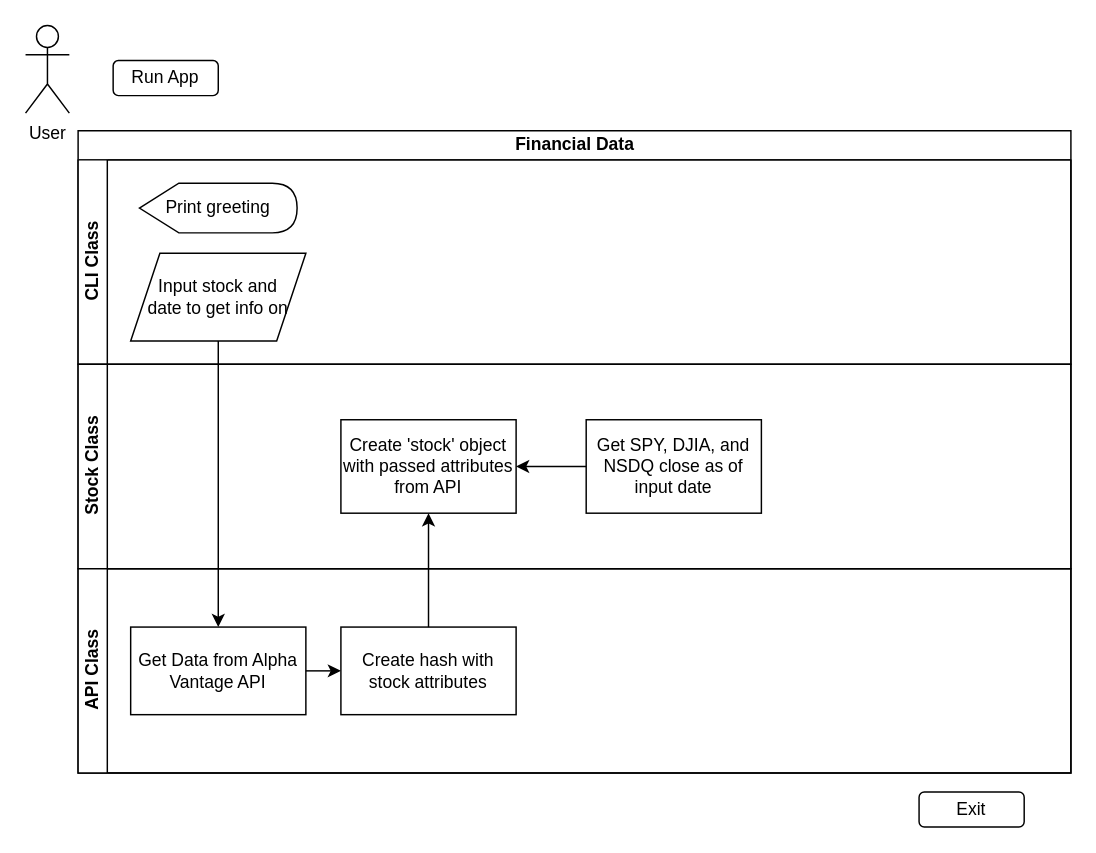
Before: get_stock.drawio in sergiocardenasg/financial_data_gem, a draw.io diagram. Source tidied: cells renumbered, new cells numbered last; positions are measured from the earlier drawing's top-left corner, leaving out a move shared by most shapes. Both pictures are drawn from the tidied source at 146%, with x=0, y=0 at pixel (25, 25).
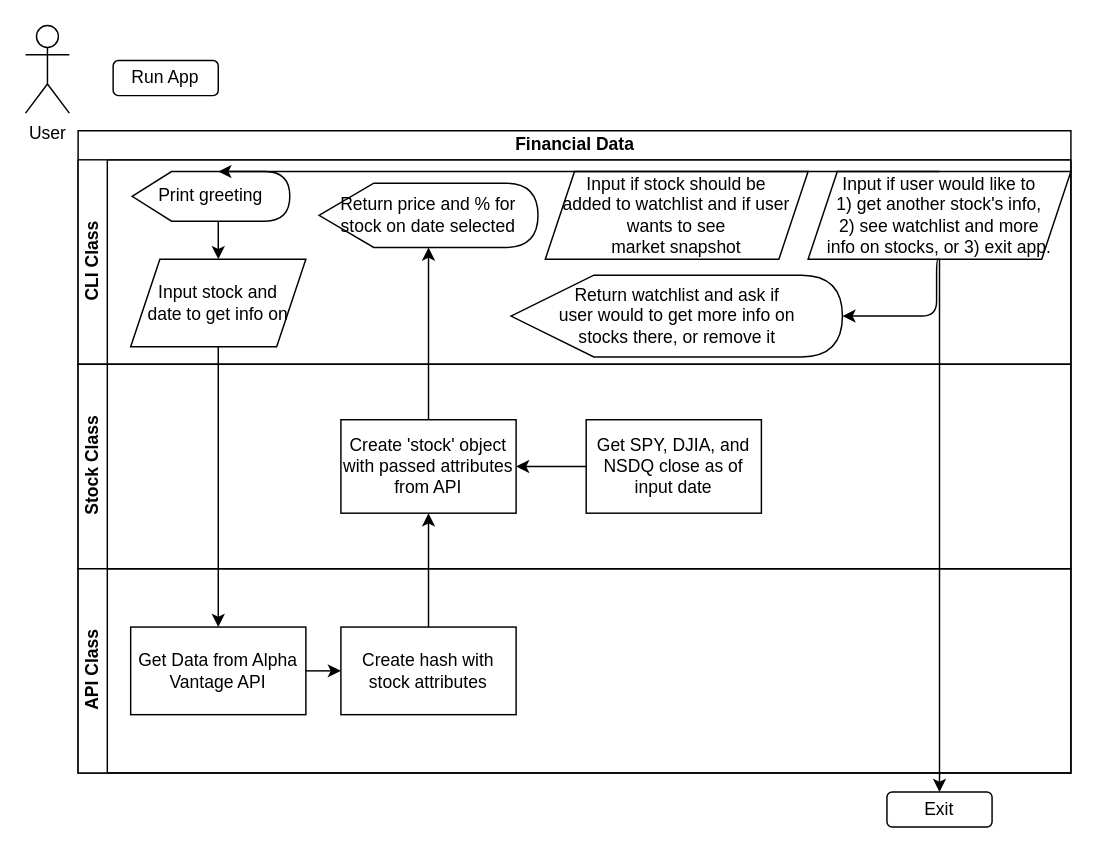
The same diagram, later.

Unchanged cells that the change refers to:
```xml
<mxCell id="6" value="Financial Data" style="swimlane;html=1;horizontal=1;startSize=20;" parent="1" vertex="1">
  <mxGeometry x="36" y="72" width="680" height="440" as="geometry" />
</mxCell>
<mxCell id="7" value="CLI Class" style="swimlane;html=1;startSize=20;horizontal=0;" parent="6" vertex="1">
  <mxGeometry y="20" width="680" height="140" as="geometry" />
</mxCell>
<mxCell id="10" value="Stock Class" style="swimlane;html=1;startSize=20;horizontal=0;" parent="6" vertex="1">
  <mxGeometry y="160" width="680" height="140" as="geometry" />
</mxCell>
```

Change to the diagram source:
```diff
@@
+    <mxCell id="22" value="Input if user would like to &lt;br&gt;1) get another stock's info, &lt;br&gt;2) see watchlist and more &lt;br&gt;info on stocks, or 3) exit app." style="shape=parallelogram;perimeter=parallelogramPerimeter;whiteSpace=wrap;html=1;fixedSize=1;" parent="7" vertex="1">
+      <mxGeometry x="500" y="8" width="180" height="60" as="geometry" />
+    </mxCell>
+    <mxCell id="23" value="Input if stock should be &lt;br&gt;added to watchlist and if user &lt;br&gt;wants to see &lt;br&gt;market snapshot" style="shape=parallelogram;perimeter=parallelogramPerimeter;whiteSpace=wrap;html=1;fixedSize=1;" parent="7" vertex="1">
+      <mxGeometry x="320" y="8" width="180" height="60" as="geometry" />
+    </mxCell>
+    <mxCell id="24" value="Return price and % for stock on date selected" style="shape=display;whiteSpace=wrap;html=1;" parent="7" vertex="1">
+      <mxGeometry x="165" y="16" width="150" height="44" as="geometry" />
+    </mxCell>
     <mxCell id="8" value="Print greeting" style="shape=display;whiteSpace=wrap;html=1;" parent="7" vertex="1">
-      <mxGeometry x="42" y="16" width="108" height="34" as="geometry" />
+      <mxGeometry x="37" y="8" width="108" height="34" as="geometry" />
     </mxCell>
+    <mxCell id="25" value="Return watchlist and ask if &lt;br&gt;user would to get more info on &lt;br&gt;stocks there, or remove it" style="shape=display;whiteSpace=wrap;html=1;" parent="7" vertex="1">
+      <mxGeometry x="296.5" y="79" width="227" height="56" as="geometry" />
+    </mxCell>
     <mxCell id="9" value="Input stock and&lt;br&gt;date&amp;nbsp;to get info on" style="shape=parallelogram;perimeter=parallelogramPerimeter;whiteSpace=wrap;html=1;fixedSize=1;" parent="7" vertex="1">
-      <mxGeometry x="36" y="64" width="120" height="60" as="geometry" />
+      <mxGeometry x="36" y="68" width="120" height="60" as="geometry" />
     </mxCell>
+    <mxCell id="26" style="endArrow=classic;html=1;entryX=0.5;entryY=0;entryDx=0;entryDy=0;exitX=0;exitY=0;exitDx=59;exitDy=34;exitPerimeter=0;" parent="7" edge="1" source="8" target="9">
+      <mxGeometry relative="1" as="geometry" />
+    </mxCell>
+    <mxCell id="27" style="edgeStyle=elbowEdgeStyle;elbow=horizontal;endArrow=classic;html=1;entryX=1;entryY=0.5;entryDx=0;entryDy=0;entryPerimeter=0;exitX=0.5;exitY=1;exitDx=0;exitDy=0;" parent="7" edge="1" source="22" target="25">
+      <mxGeometry relative="1" as="geometry">
+        <Array as="points">
+          <mxPoint x="588" y="64" />
+        </Array>
+      </mxGeometry>
+    </mxCell>
+    <mxCell id="28" style="edgeStyle=elbowEdgeStyle;elbow=vertical;endArrow=classic;html=1;entryX=0;entryY=0;entryDx=59;entryDy=0;entryPerimeter=0;exitX=0.5;exitY=0;exitDx=0;exitDy=0;" parent="7" edge="1" source="22" target="8">
+      <mxGeometry relative="1" as="geometry" />
+    </mxCell>
@@
+    <mxCell id="12" value="Create 'stock' object with passed attributes from API" style="rounded=0;whiteSpace=wrap;html=1;" parent="10" vertex="1">
+      <mxGeometry x="180" y="38" width="120" height="64" as="geometry" />
+    </mxCell>
@@
-    <mxCell id="12" value="Create 'stock' object with passed attributes from API" style="rounded=0;whiteSpace=wrap;html=1;" parent="10" vertex="1">
-      <mxGeometry x="180" y="38" width="120" height="64" as="geometry" />
-    </mxCell>
@@
+    <mxCell id="29" style="endArrow=classic;html=1;exitX=0.5;exitY=0;exitDx=0;exitDy=0;" parent="6" edge="1" source="12" target="24">
+      <mxGeometry relative="1" as="geometry" />
+    </mxCell>
@@
     <mxCell id="21" value="Exit" style="rounded=1;whiteSpace=wrap;html=1;" parent="1" vertex="1">
-      <mxGeometry x="612" y="525" width="72" height="24" as="geometry" />
+      <mxGeometry x="590" y="525" width="72" height="24" as="geometry" />
     </mxCell>
+    <mxCell id="30" style="endArrow=classic;html=1;entryX=0.5;entryY=0;entryDx=0;entryDy=0;exitX=0.5;exitY=1;exitDx=0;exitDy=0;" parent="1" edge="1" source="22" target="21">
+      <mxGeometry relative="1" as="geometry" />
+    </mxCell>
```
